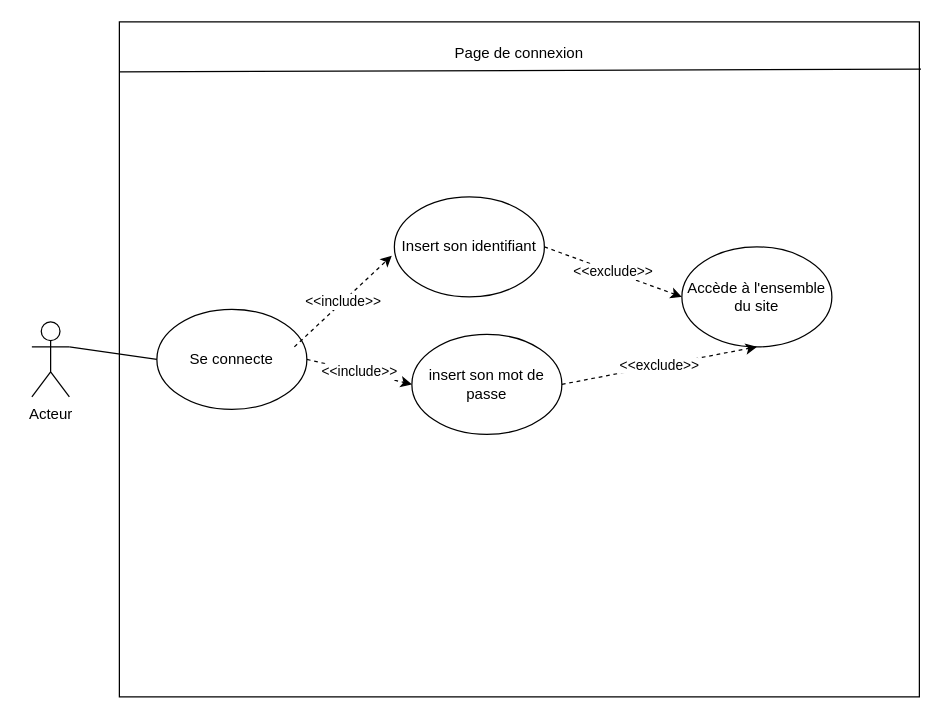
Above: user_case_connexion.drawio in Creaprog/P10_01042022 (draw.io), before the change. Source tidied: cells renumbered, new cells numbered last; positions are measured from the earlier drawing's top-left corner, leaving out a move shared by most shapes. Both pictures are drawn from the tidied source at 125%, with x=0, y=0 at pixel (31, 21).
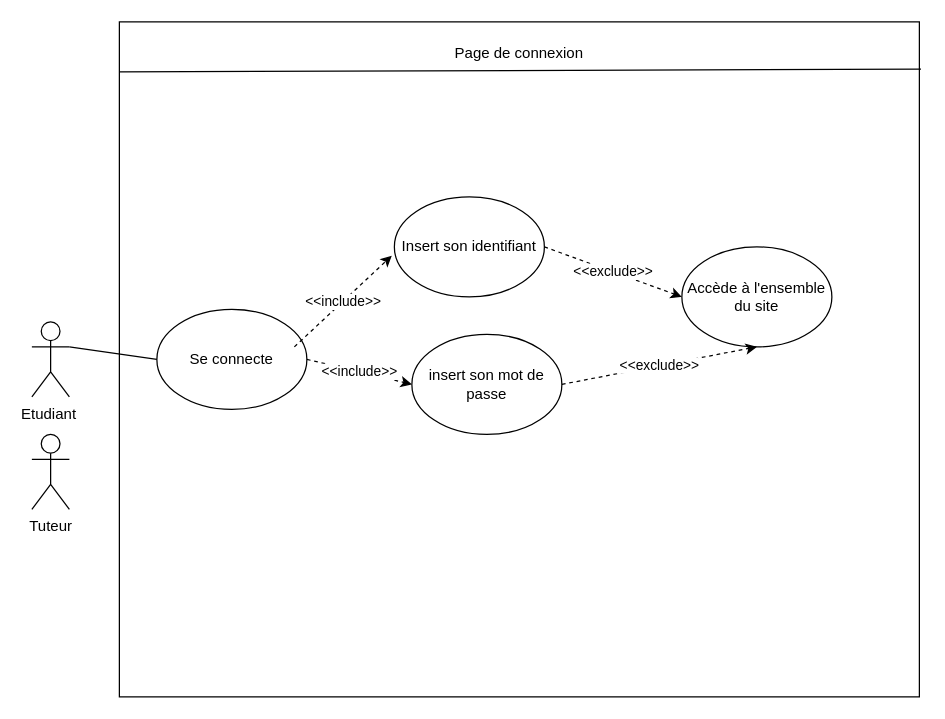
The same diagram, later.

What changed in the source:
```diff
@@
 <mxGraphModel>
   <root>
     <mxCell id="0" />
     <mxCell id="1" parent="0" />
-    <mxCell id="2" value="Acteur" style="shape=umlActor;verticalLabelPosition=bottom;verticalAlign=top;html=1;outlineConnect=0;" parent="1" vertex="1">
+    <mxCell id="2" value="Etudiant&amp;nbsp;" style="shape=umlActor;verticalLabelPosition=bottom;verticalAlign=top;html=1;outlineConnect=0;" parent="1" vertex="1">
       <mxGeometry y="240" width="30" height="60" as="geometry" />
     </mxCell>
     <mxCell id="3" style="rounded=0;whiteSpace=wrap;html=1;" parent="1" vertex="1">
       <mxGeometry x="70" width="640" height="540" as="geometry" />
     </mxCell>
     <mxCell id="4" value="Se connecte" style="ellipse;whiteSpace=wrap;html=1;" parent="1" vertex="1">
       <mxGeometry x="100" y="230" width="120" height="80" as="geometry" />
     </mxCell>
     <mxCell id="5" style="endArrow=none;html=1;exitX=1;exitY=0.3333333333333333;exitDx=0;exitDy=0;exitPerimeter=0;entryX=0;entryY=0.5;entryDx=0;entryDy=0;" parent="1" edge="1" source="2" target="4">
       <mxGeometry relative="1" as="geometry" />
     </mxCell>
     <mxCell id="6" value="Insert son identifiant" style="ellipse;whiteSpace=wrap;html=1;" parent="1" vertex="1">
       <mxGeometry x="290" y="140" width="120" height="80" as="geometry" />
     </mxCell>
     <mxCell id="7" value="insert son mot de passe" style="ellipse;whiteSpace=wrap;html=1;" parent="1" vertex="1">
       <mxGeometry x="304" y="250" width="120" height="80" as="geometry" />
     </mxCell>
     <mxCell id="8" value="&amp;lt;&amp;lt;include&amp;gt;&amp;gt;" style="endArrow=classic;html=1;dashed=1;entryX=-0.017;entryY=0.588;entryDx=0;entryDy=0;entryPerimeter=0;" parent="1" edge="1" target="6">
       <mxGeometry relative="1" as="geometry">
         <mxPoint x="210" y="260" as="sourcePoint" />
       </mxGeometry>
     </mxCell>
     <mxCell id="9" value="&amp;lt;&amp;lt;include&amp;gt;&amp;gt;" style="endArrow=classic;html=1;dashed=1;entryX=0;entryY=0.5;entryDx=0;entryDy=0;" parent="1" edge="1" target="7">
       <mxGeometry relative="1" as="geometry">
         <mxPoint x="220" y="270" as="sourcePoint" />
       </mxGeometry>
     </mxCell>
     <mxCell id="10" value="Accède à l'ensemble du site" style="ellipse;whiteSpace=wrap;html=1;" parent="1" vertex="1">
       <mxGeometry x="520" y="180" width="120" height="80" as="geometry" />
     </mxCell>
     <mxCell id="11" value="&amp;lt;&amp;lt;exclude&amp;gt;&amp;gt;" style="endArrow=classic;html=1;dashed=1;entryX=0;entryY=0.5;entryDx=0;entryDy=0;exitX=1;exitY=0.5;exitDx=0;exitDy=0;" parent="1" edge="1" source="6" target="10">
       <mxGeometry relative="1" as="geometry" />
     </mxCell>
     <mxCell id="12" value="&amp;lt;&amp;lt;exclude&amp;gt;&amp;gt;" style="endArrow=classic;html=1;dashed=1;entryX=0.5;entryY=1;entryDx=0;entryDy=0;exitX=1;exitY=0.5;exitDx=0;exitDy=0;" parent="1" edge="1" source="7" target="10">
       <mxGeometry relative="1" as="geometry" />
     </mxCell>
     <mxCell id="13" style="endArrow=none;html=1;exitX=0;exitY=0.074;exitDx=0;exitDy=0;exitPerimeter=0;entryX=1.002;entryY=0.07;entryDx=0;entryDy=0;entryPerimeter=0;" parent="1" edge="1" source="3" target="3">
       <mxGeometry relative="1" as="geometry" />
     </mxCell>
     <mxCell id="14" value="Page de connexion" style="text;html=1;strokeColor=none;fillColor=none;align=center;verticalAlign=middle;whiteSpace=wrap;rounded=0;" parent="1" vertex="1">
       <mxGeometry x="325" y="10" width="130" height="30" as="geometry" />
     </mxCell>
+    <mxCell id="15" value="Tuteur" style="shape=umlActor;verticalLabelPosition=bottom;verticalAlign=top;html=1;" parent="1" vertex="1">
+      <mxGeometry y="330" width="30" height="60" as="geometry" />
+    </mxCell>
   </root>
 </mxGraphModel>
```
